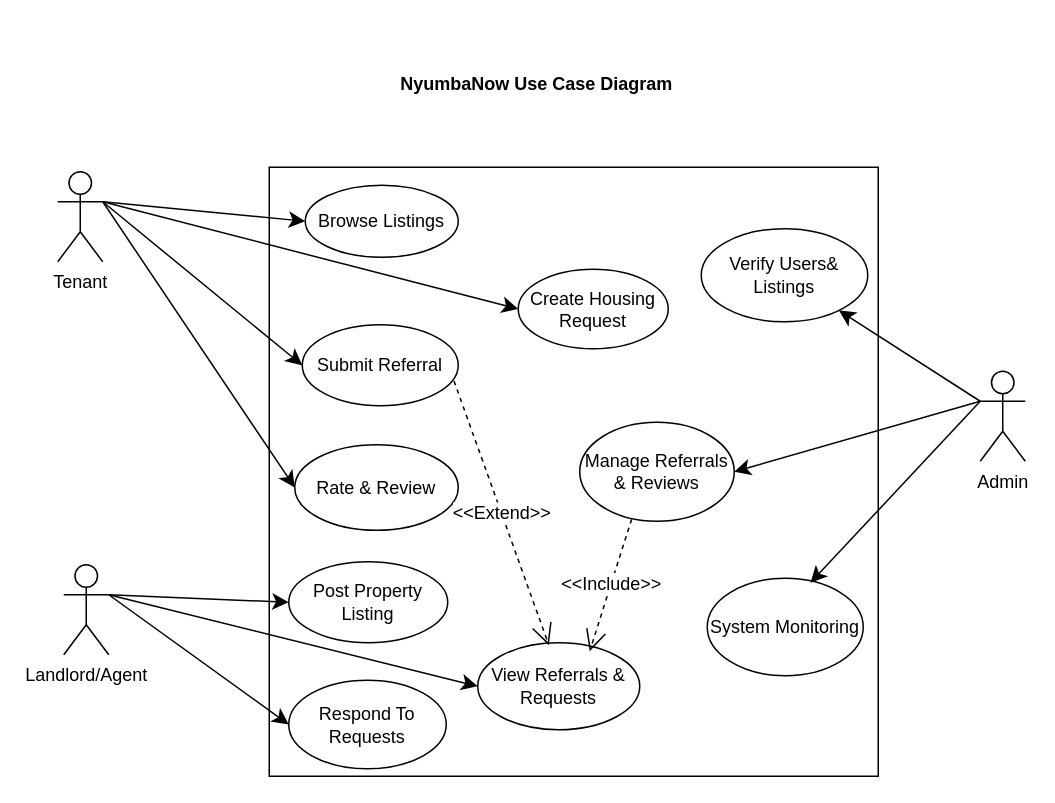
Before: page "Page-2" (2 of 8) of NyumbaNow.drawio in Maygreat-A/PROJECT-NyumbaNow-, a draw.io diagram. Source tidied: cells renumbered, new cells numbered last; positions are measured from the earlier drawing's top-left corner, leaving out a move shared by most shapes. Both pictures are drawn from the tidied source at 150%, with x=0, y=0 at pixel (57, 46).
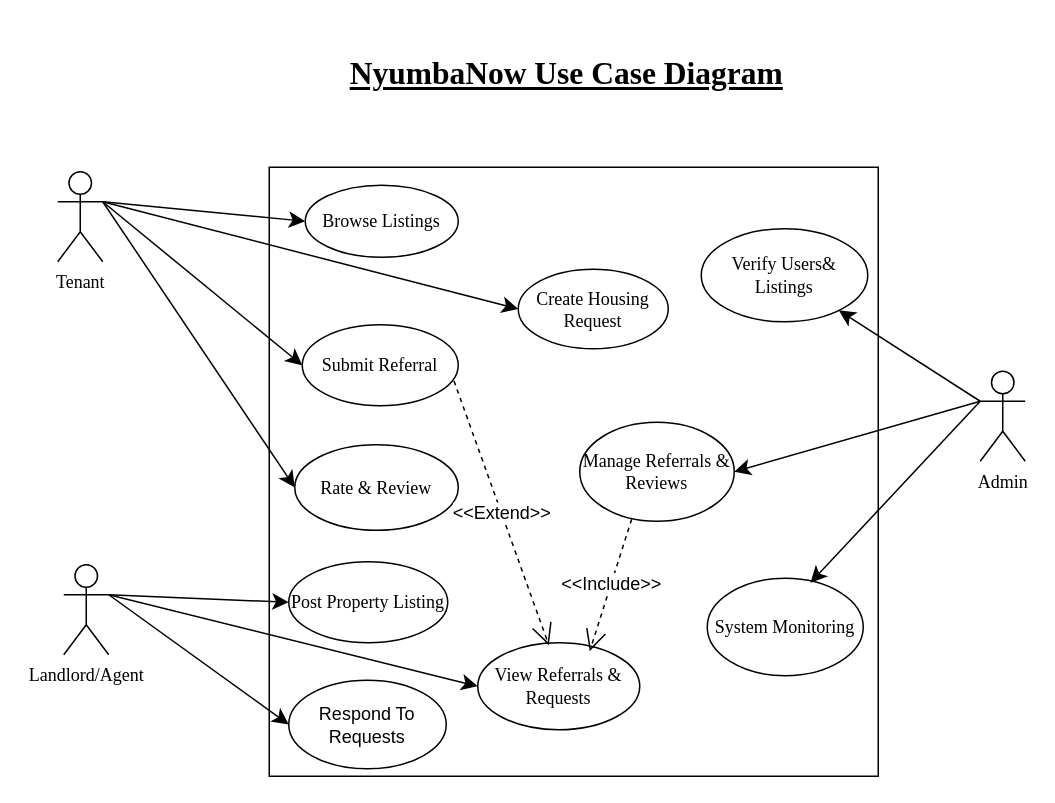
The same page after the edit.

Diff of the diagram source:
```diff
@@
-    <mxCell id="3" value="Tenant" style="shape=umlActor;verticalLabelPosition=bottom;verticalAlign=top;html=1;outlineConnect=0;" parent="1" vertex="1">
+    <mxCell id="3" value="&lt;font face=&quot;Times New Roman&quot;&gt;Tenant&lt;/font&gt;" style="shape=umlActor;verticalLabelPosition=bottom;verticalAlign=top;html=1;outlineConnect=0;" parent="1" vertex="1">
       <mxGeometry y="83" width="30" height="60" as="geometry" />
     </mxCell>
-    <mxCell id="4" value="Landlord/Agent" style="shape=umlActor;verticalLabelPosition=bottom;verticalAlign=top;html=1;outlineConnect=0;" parent="1" vertex="1">
+    <mxCell id="4" value="&lt;font face=&quot;Times New Roman&quot;&gt;Landlord/Agent&lt;/font&gt;" style="shape=umlActor;verticalLabelPosition=bottom;verticalAlign=top;html=1;outlineConnect=0;" parent="1" vertex="1">
       <mxGeometry x="4" y="345" width="30" height="60" as="geometry" />
     </mxCell>
-    <mxCell id="5" value="Admin" style="shape=umlActor;verticalLabelPosition=bottom;verticalAlign=top;html=1;outlineConnect=0;" parent="1" vertex="1">
+    <mxCell id="5" value="&lt;font face=&quot;Times New Roman&quot;&gt;Admin&lt;/font&gt;" style="shape=umlActor;verticalLabelPosition=bottom;verticalAlign=top;html=1;outlineConnect=0;" parent="1" vertex="1">
       <mxGeometry x="615" y="216" width="30" height="60" as="geometry" />
     </mxCell>
-    <mxCell id="6" value="Browse Listings" style="ellipse;whiteSpace=wrap;html=1;" parent="1" vertex="1">
+    <mxCell id="6" value="&lt;font face=&quot;Times New Roman&quot;&gt;Browse Listings&lt;/font&gt;" style="ellipse;whiteSpace=wrap;html=1;" parent="1" vertex="1">
       <mxGeometry x="165" y="92" width="102" height="48" as="geometry" />
     </mxCell>
-    <mxCell id="7" value="Create Housing Request" style="ellipse;whiteSpace=wrap;html=1;" parent="1" vertex="1">
+    <mxCell id="7" value="&lt;font face=&quot;Times New Roman&quot;&gt;Create Housing Request&lt;/font&gt;" style="ellipse;whiteSpace=wrap;html=1;" parent="1" vertex="1">
       <mxGeometry x="307" y="148" width="100" height="53" as="geometry" />
     </mxCell>
-    <mxCell id="8" value="Submit Referral" style="ellipse;whiteSpace=wrap;html=1;" parent="1" vertex="1">
+    <mxCell id="8" value="&lt;font face=&quot;Times New Roman&quot;&gt;Submit Referral&lt;/font&gt;" style="ellipse;whiteSpace=wrap;html=1;" parent="1" vertex="1">
       <mxGeometry x="163" y="185" width="104" height="54" as="geometry" />
     </mxCell>
-    <mxCell id="9" value="Rate &amp;amp; Review" style="ellipse;whiteSpace=wrap;html=1;" parent="1" vertex="1">
+    <mxCell id="9" value="&lt;font face=&quot;Times New Roman&quot;&gt;Rate &amp;amp; Review&lt;/font&gt;" style="ellipse;whiteSpace=wrap;html=1;" parent="1" vertex="1">
       <mxGeometry x="158" y="265" width="109" height="57" as="geometry" />
     </mxCell>
-    <mxCell id="10" value="Post Property Listing" style="ellipse;whiteSpace=wrap;html=1;" parent="1" vertex="1">
+    <mxCell id="10" value="&lt;font face=&quot;Times New Roman&quot;&gt;Post Property Listing&lt;/font&gt;" style="ellipse;whiteSpace=wrap;html=1;" parent="1" vertex="1">
       <mxGeometry x="154" y="343" width="106" height="54" as="geometry" />
     </mxCell>
@@
-    <mxCell id="12" value="View Referrals &amp;amp; Requests" style="ellipse;whiteSpace=wrap;html=1;" parent="1" vertex="1">
+    <mxCell id="12" value="&lt;font face=&quot;Times New Roman&quot;&gt;View Referrals &amp;amp; Requests&lt;/font&gt;" style="ellipse;whiteSpace=wrap;html=1;" parent="1" vertex="1">
       <mxGeometry x="280" y="397" width="108" height="58" as="geometry" />
     </mxCell>
-    <mxCell id="13" value="Verify Users&amp;amp; Listings" style="ellipse;whiteSpace=wrap;html=1;" parent="1" vertex="1">
+    <mxCell id="13" value="&lt;font face=&quot;Times New Roman&quot;&gt;Verify Users&amp;amp; Listings&lt;/font&gt;" style="ellipse;whiteSpace=wrap;html=1;" parent="1" vertex="1">
       <mxGeometry x="429" y="121" width="111" height="62" as="geometry" />
     </mxCell>
-    <mxCell id="14" value="Manage Referrals &amp;amp; Reviews" style="ellipse;whiteSpace=wrap;html=1;" parent="1" vertex="1">
+    <mxCell id="14" value="&lt;font face=&quot;Times New Roman&quot;&gt;Manage Referrals &amp;amp; Reviews&lt;/font&gt;" style="ellipse;whiteSpace=wrap;html=1;" parent="1" vertex="1">
       <mxGeometry x="348" y="250" width="103" height="66" as="geometry" />
     </mxCell>
-    <mxCell id="15" value="System Monitoring" style="ellipse;whiteSpace=wrap;html=1;" parent="1" vertex="1">
+    <mxCell id="15" value="&lt;font face=&quot;Times New Roman&quot;&gt;System Monitoring&lt;/font&gt;" style="ellipse;whiteSpace=wrap;html=1;" parent="1" vertex="1">
       <mxGeometry x="433" y="354" width="104" height="65" as="geometry" />
     </mxCell>
@@
-    <mxCell id="28" value="&lt;div&gt;NyumbaNow Use Case Diagram&lt;/div&gt;&lt;div&gt;&lt;br&gt;&lt;/div&gt;" style="text;align=center;fontStyle=1;verticalAlign=middle;spacingLeft=3;spacingRight=3;strokeColor=none;html=1;" parent="1" vertex="1">
-      <mxGeometry x="208" width="221" height="63" as="geometry" />
+    <mxCell id="28" value="&lt;h1&gt;&lt;font style=&quot;font-size: 21px;&quot;&gt;&lt;u&gt;&lt;font face=&quot;Times New Roman&quot;&gt;NyumbaNow Use Case Diagram&lt;/font&gt;&lt;/u&gt;&lt;/font&gt;&lt;/h1&gt;&lt;h1&gt;&lt;font style=&quot;font-size: 21px;&quot;&gt;&lt;u&gt;&lt;font face=&quot;Times New Roman&quot;&gt;&lt;br&gt;&lt;/font&gt;&lt;/u&gt;&lt;/font&gt;&lt;/h1&gt;" style="text;align=center;fontStyle=1;verticalAlign=middle;spacingLeft=3;spacingRight=3;strokeColor=none;html=1;" parent="1" vertex="1">
+      <mxGeometry x="201" y="7" width="276" height="63" as="geometry" />
     </mxCell>
```
